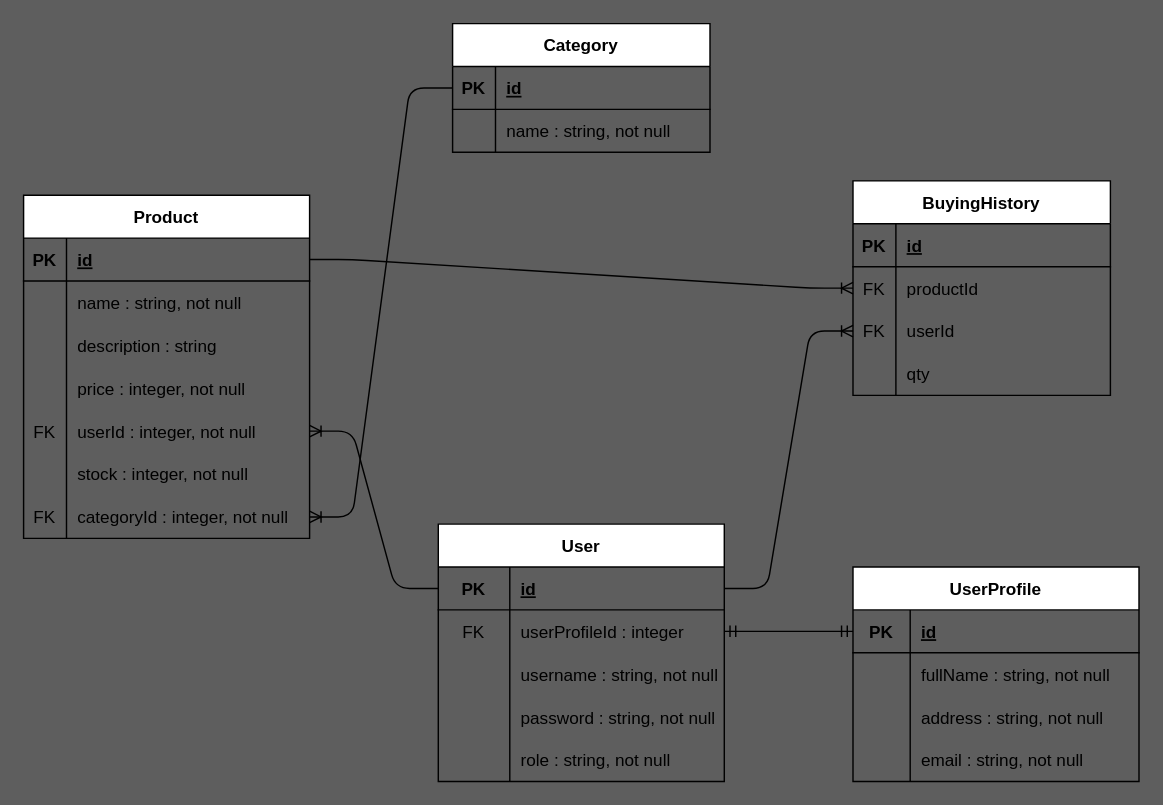
Earlier version of the draw.io diagram schema_ecommerce.drawio (IngridSurya/PH1-PP-Ecommerce). Source tidied: cells renumbered, new cells numbered last; positions are measured from the earlier drawing's top-left corner, leaving out a move shared by most shapes. Both pictures are drawn from the tidied source at 143%, with x=0, y=0 at pixel (23, 23).
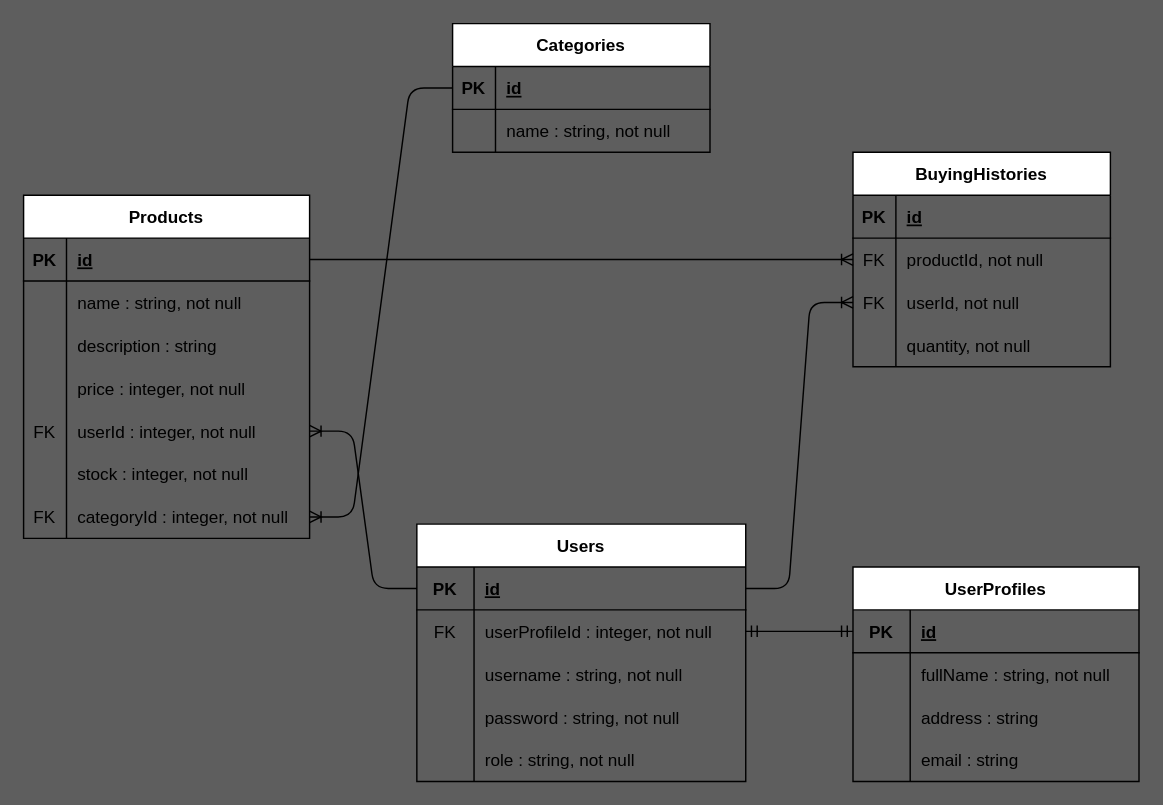
The same page after the edit.

Commit message (it also covers changes not shown here):
add migration : category, product, buyinghistory

The change refers to these unchanged cells:
```xml
<mxCell id="51" style="shape=tableRow;horizontal=0;startSize=0;swimlaneHead=0;swimlaneBody=0;fillColor=none;points=[[0,0.5],[1,0.5]];portConstraint=eastwest;top=0;left=0;right=0;bottom=0;" parent="47" vertex="1">
  <mxGeometry y="60" width="180" height="30" as="geometry" />
</mxCell>
<mxCell id="54" style="shape=tableRow;horizontal=0;startSize=0;swimlaneHead=0;swimlaneBody=0;fillColor=none;points=[[0,0.5],[1,0.5]];portConstraint=eastwest;top=0;left=0;right=0;bottom=0;" parent="47" vertex="1">
  <mxGeometry y="90" width="180" height="30" as="geometry" />
</mxCell>
<mxCell id="57" style="shape=tableRow;horizontal=0;startSize=0;swimlaneHead=0;swimlaneBody=0;fillColor=none;top=0;left=0;right=0;bottom=0;" parent="47" vertex="1">
  <mxGeometry y="120" width="180" height="30" as="geometry" />
</mxCell>
<mxCell id="70" style="shape=tableRow;horizontal=0;startSize=0;swimlaneHead=0;swimlaneBody=0;fillColor=none;top=0;left=0;right=0;bottom=0;" parent="63" vertex="1">
  <mxGeometry y="90" width="200" height="30" as="geometry" />
</mxCell>
<mxCell id="73" style="shape=tableRow;horizontal=0;startSize=0;swimlaneHead=0;swimlaneBody=0;fillColor=none;top=0;left=0;right=0;bottom=0;" parent="63" vertex="1">
  <mxGeometry y="120" width="200" height="30" as="geometry" />
</mxCell>
```

What changed in the source:
```diff
@@
-    <mxCell id="2" value="Product" style="shape=table;startSize=30;childLayout=tableLayout;rowLines=0;fontStyle=1;align=center;" parent="1" vertex="1">
+    <mxCell id="2" value="Products" style="shape=table;startSize=30;childLayout=tableLayout;rowLines=0;fontStyle=1;align=center;" parent="1" vertex="1">
       <mxGeometry y="120" width="200" height="240" as="geometry" />
     </mxCell>
@@
-    <mxCell id="24" value="Category" style="shape=table;startSize=30;childLayout=tableLayout;rowLines=0;fontStyle=1;align=center;" parent="1" vertex="1">
+    <mxCell id="24" value="Categories" style="shape=table;startSize=30;childLayout=tableLayout;rowLines=0;fontStyle=1;align=center;" parent="1" vertex="1">
       <mxGeometry x="300" width="180" height="90" as="geometry" />
     </mxCell>
@@
-    <mxCell id="31" value="User" style="shape=table;startSize=30;childLayout=tableLayout;rowLines=0;fontStyle=1;align=center;" parent="1" vertex="1">
-      <mxGeometry x="290" y="350" width="200" height="180" as="geometry" />
+    <mxCell id="31" value="Users" style="shape=table;startSize=30;childLayout=tableLayout;rowLines=0;fontStyle=1;align=center;" parent="1" vertex="1">
+      <mxGeometry x="275" y="350" width="230" height="180" as="geometry" />
     </mxCell>
     <mxCell id="32" style="shape=tableRow;horizontal=0;startSize=0;swimlaneHead=0;swimlaneBody=0;fillColor=none;points=[[0,0.5],[1,0.5]];portConstraint=eastwest;top=0;left=0;right=0;bottom=1;" parent="31" vertex="1">
-      <mxGeometry y="30" width="200" height="30" as="geometry" />
+      <mxGeometry y="30" width="230" height="30" as="geometry" />
     </mxCell>
     <mxCell id="33" value="PK" style="shape=partialRectangle;fillColor=none;top=0;left=0;bottom=0;right=0;fontStyle=1;overflow=hidden;" parent="32" vertex="1">
-      <mxGeometry width="50" height="30" as="geometry" />
+      <mxGeometry width="40" height="30" as="geometry" />
     </mxCell>
     <mxCell id="34" value="id" style="shape=partialRectangle;fillColor=none;top=0;left=0;bottom=0;right=0;align=left;spacingLeft=6;fontStyle=5;overflow=hidden;" parent="32" vertex="1">
-      <mxGeometry x="50" width="150" height="30" as="geometry" />
+      <mxGeometry x="40" width="190" height="30" as="geometry" />
     </mxCell>
     <mxCell id="35" style="shape=tableRow;horizontal=0;startSize=0;swimlaneHead=0;swimlaneBody=0;fillColor=none;points=[[0,0.5],[1,0.5]];portConstraint=eastwest;top=0;left=0;right=0;bottom=0;" parent="31" vertex="1">
-      <mxGeometry y="60" width="200" height="30" as="geometry" />
+      <mxGeometry y="60" width="230" height="30" as="geometry" />
     </mxCell>
     <mxCell id="36" value="FK" style="shape=partialRectangle;fillColor=none;top=0;left=0;bottom=0;right=0;overflow=hidden;" parent="35" vertex="1">
-      <mxGeometry width="50" height="30" as="geometry" />
+      <mxGeometry width="40" height="30" as="geometry" />
     </mxCell>
-    <mxCell id="37" value="userProfileId : integer" style="shape=partialRectangle;fillColor=none;top=0;left=0;bottom=0;right=0;align=left;spacingLeft=6;overflow=hidden;" parent="35" vertex="1">
-      <mxGeometry x="50" width="150" height="30" as="geometry" />
+    <mxCell id="37" value="userProfileId : integer, not null" style="shape=partialRectangle;fillColor=none;top=0;left=0;bottom=0;right=0;align=left;spacingLeft=6;overflow=hidden;" parent="35" vertex="1">
+      <mxGeometry x="40" width="190" height="30" as="geometry" />
     </mxCell>
     <mxCell id="38" style="shape=tableRow;horizontal=0;startSize=0;swimlaneHead=0;swimlaneBody=0;fillColor=none;top=0;left=0;right=0;bottom=0;" parent="31" vertex="1">
-      <mxGeometry y="90" width="200" height="30" as="geometry" />
+      <mxGeometry y="90" width="230" height="30" as="geometry" />
     </mxCell>
     <mxCell id="39" style="shape=partialRectangle;fillColor=none;top=0;left=0;bottom=0;right=0;overflow=hidden;" parent="38" vertex="1">
-      <mxGeometry width="50" height="30" as="geometry" />
+      <mxGeometry width="40" height="30" as="geometry" />
     </mxCell>
     <mxCell id="40" value="username : string, not null" style="shape=partialRectangle;fillColor=none;top=0;left=0;bottom=0;right=0;align=left;spacingLeft=6;overflow=hidden;" parent="38" vertex="1">
-      <mxGeometry x="50" width="150" height="30" as="geometry" />
+      <mxGeometry x="40" width="190" height="30" as="geometry" />
     </mxCell>
     <mxCell id="41" style="shape=tableRow;horizontal=0;startSize=0;swimlaneHead=0;swimlaneBody=0;fillColor=none;top=0;left=0;right=0;bottom=0;" parent="31" vertex="1">
-      <mxGeometry y="120" width="200" height="30" as="geometry" />
+      <mxGeometry y="120" width="230" height="30" as="geometry" />
     </mxCell>
     <mxCell id="42" style="shape=partialRectangle;fillColor=none;top=0;left=0;bottom=0;right=0;overflow=hidden;" parent="41" vertex="1">
-      <mxGeometry width="50" height="30" as="geometry" />
+      <mxGeometry width="40" height="30" as="geometry" />
     </mxCell>
     <mxCell id="43" value="password : string, not null" style="shape=partialRectangle;fillColor=none;top=0;left=0;bottom=0;right=0;align=left;spacingLeft=6;overflow=hidden;" parent="41" vertex="1">
-      <mxGeometry x="50" width="150" height="30" as="geometry" />
+      <mxGeometry x="40" width="190" height="30" as="geometry" />
     </mxCell>
     <mxCell id="44" style="shape=tableRow;horizontal=0;startSize=0;swimlaneHead=0;swimlaneBody=0;fillColor=none;top=0;left=0;right=0;bottom=0;" parent="31" vertex="1">
-      <mxGeometry y="150" width="200" height="30" as="geometry" />
+      <mxGeometry y="150" width="230" height="30" as="geometry" />
     </mxCell>
     <mxCell id="45" style="shape=partialRectangle;fillColor=none;top=0;left=0;bottom=0;right=0;overflow=hidden;" parent="44" vertex="1">
-      <mxGeometry width="50" height="30" as="geometry" />
+      <mxGeometry width="40" height="30" as="geometry" />
     </mxCell>
     <mxCell id="46" value="role : string, not null" style="shape=partialRectangle;fillColor=none;top=0;left=0;bottom=0;right=0;align=left;spacingLeft=6;overflow=hidden;" parent="44" vertex="1">
-      <mxGeometry x="50" width="150" height="30" as="geometry" />
+      <mxGeometry x="40" width="190" height="30" as="geometry" />
     </mxCell>
-    <mxCell id="47" value="BuyingHistory" style="shape=table;startSize=30;childLayout=tableLayout;rowLines=0;fontStyle=1;align=center;" parent="1" vertex="1">
-      <mxGeometry x="580" y="110" width="180" height="150" as="geometry" />
+    <mxCell id="47" value="BuyingHistories" style="shape=table;startSize=30;childLayout=tableLayout;rowLines=0;fontStyle=1;align=center;" parent="1" vertex="1">
+      <mxGeometry x="580" y="90" width="180" height="150" as="geometry" />
     </mxCell>
@@
-    <mxCell id="53" value="productId" style="shape=partialRectangle;fillColor=none;top=0;left=0;bottom=0;right=0;align=left;spacingLeft=6;overflow=hidden;" parent="51" vertex="1">
+    <mxCell id="53" value="productId, not null" style="shape=partialRectangle;fillColor=none;top=0;left=0;bottom=0;right=0;align=left;spacingLeft=6;overflow=hidden;" parent="51" vertex="1">
       <mxGeometry x="30" width="150" height="30" as="geometry" />
     </mxCell>
@@
-    <mxCell id="56" value="userId" style="shape=partialRectangle;fillColor=none;top=0;left=0;bottom=0;right=0;align=left;spacingLeft=6;overflow=hidden;" parent="54" vertex="1">
+    <mxCell id="56" value="userId, not null" style="shape=partialRectangle;fillColor=none;top=0;left=0;bottom=0;right=0;align=left;spacingLeft=6;overflow=hidden;" parent="54" vertex="1">
       <mxGeometry x="30" width="150" height="30" as="geometry" />
     </mxCell>
@@
-    <mxCell id="59" value="qty" style="shape=partialRectangle;fillColor=none;top=0;left=0;bottom=0;right=0;align=left;spacingLeft=6;overflow=hidden;" parent="57" vertex="1">
+    <mxCell id="59" value="quantity, not null" style="shape=partialRectangle;fillColor=none;top=0;left=0;bottom=0;right=0;align=left;spacingLeft=6;overflow=hidden;" parent="57" vertex="1">
       <mxGeometry x="30" width="150" height="30" as="geometry" />
     </mxCell>
@@
-    <mxCell id="63" value="UserProfile" style="shape=table;startSize=30;childLayout=tableLayout;rowLines=0;fontStyle=1;align=center;" parent="1" vertex="1">
+    <mxCell id="63" value="UserProfiles" style="shape=table;startSize=30;childLayout=tableLayout;rowLines=0;fontStyle=1;align=center;" parent="1" vertex="1">
       <mxGeometry x="580" y="380" width="200" height="150" as="geometry" />
     </mxCell>
@@
-    <mxCell id="72" value="address : string, not null" style="shape=partialRectangle;fillColor=none;top=0;left=0;bottom=0;right=0;align=left;spacingLeft=6;overflow=hidden;" parent="70" vertex="1">
+    <mxCell id="72" value="address : string" style="shape=partialRectangle;fillColor=none;top=0;left=0;bottom=0;right=0;align=left;spacingLeft=6;overflow=hidden;" parent="70" vertex="1">
       <mxGeometry x="40" width="160" height="30" as="geometry" />
     </mxCell>
@@
-    <mxCell id="75" value="email : string, not null" style="shape=partialRectangle;fillColor=none;top=0;left=0;bottom=0;right=0;align=left;spacingLeft=6;overflow=hidden;" parent="73" vertex="1">
+    <mxCell id="75" value="email : string" style="shape=partialRectangle;fillColor=none;top=0;left=0;bottom=0;right=0;align=left;spacingLeft=6;overflow=hidden;" parent="73" vertex="1">
       <mxGeometry x="40" width="160" height="30" as="geometry" />
     </mxCell>
```
